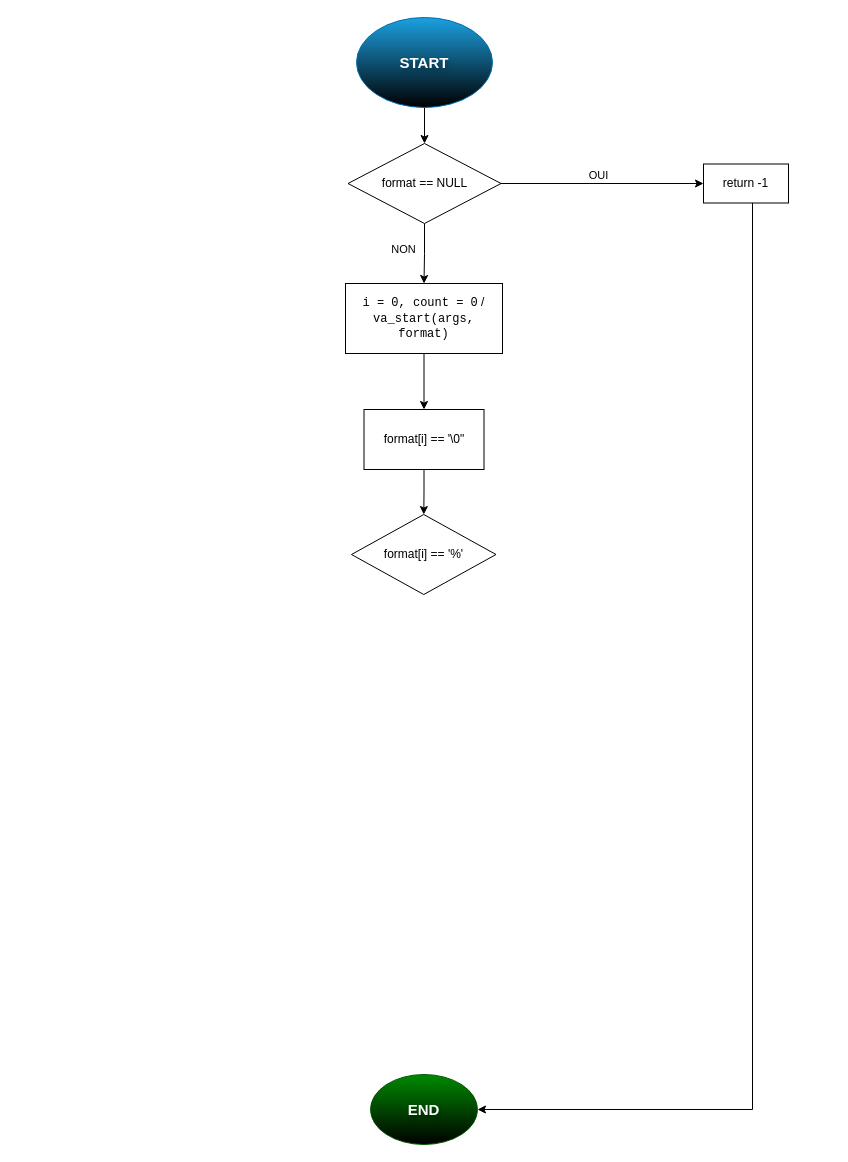
AdPatresSs/holbertonschool-printf keeps this draw.io diagram as 1st_Flowcharts.drawio. Above is the earlier version. Source tidied: cells renumbered, new cells numbered last; positions are measured from the earlier drawing's top-left corner, leaving out a move shared by most shapes. Both pictures are drawn from the tidied source at 100%, with x=0, y=0 at pixel (345, 17).
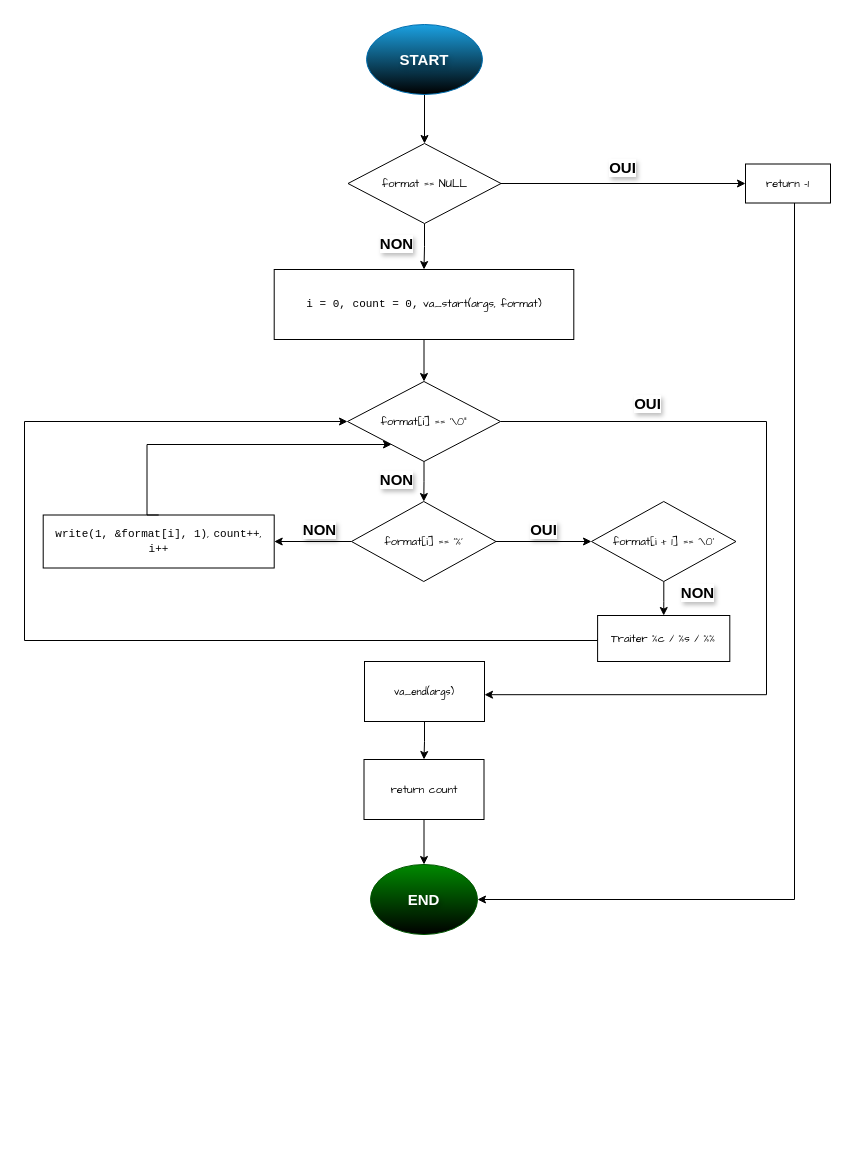
Above is the later version.

Commit message:
Mettre à jour 1st_Flowcharts.drawio

Diff of the diagram source:
```diff
@@
-    <mxCell id="2" style="edgeStyle=orthogonalEdgeStyle;rounded=0;jettySize=auto;html=1;defaultLabelBackgroundColor=page;labelPadding=0 4;" parent="1" edge="1" source="3" target="8">
+    <mxCell id="2" style="edgeStyle=orthogonalEdgeStyle;rounded=0;jettySize=auto;html=1;defaultLabelBackgroundColor=page;labelPadding=0 4;fontSize=15;" parent="1" edge="1" source="3" target="8">
       <mxGeometry relative="1" as="geometry" />
     </mxCell>
     <mxCell id="3" value="START" style="ellipse;whiteSpace=wrap;html=1;shapeInside=1;labelBorderColor=none;textShadow=1;fontStyle=1;fontSize=15;fillColor=#1ba1e2;fontColor=#ffffff;strokeColor=#006EAF;gradientColor=default;" parent="1" vertex="1">
-      <mxGeometry x="11" width="136" height="90" as="geometry" />
+      <mxGeometry x="21" y="7" width="116" height="70" as="geometry" />
     </mxCell>
-    <mxCell id="4" style="edgeStyle=orthogonalEdgeStyle;rounded=0;jettySize=auto;html=1;defaultLabelBackgroundColor=page;labelPadding=0 4;verticalAlign=top;" parent="1" edge="1" source="8" target="10">
+    <mxCell id="4" style="edgeStyle=orthogonalEdgeStyle;rounded=0;jettySize=auto;html=1;defaultLabelBackgroundColor=page;labelPadding=0 4;verticalAlign=top;fontSize=15;" parent="1" edge="1" source="8" target="10">
       <mxGeometry relative="1" as="geometry" />
     </mxCell>
-    <mxCell id="5" value="OUI" style="edgeLabel;html=1;align=center;verticalAlign=bottom;inheritText=1;defaultLabelBackgroundColor=page;labelPadding=0 4;" parent="4" vertex="1">
+    <mxCell id="5" value="OUI" style="edgeLabel;html=1;align=center;verticalAlign=bottom;inheritText=fontFamily,textOpacity,labelBorderColor,labelBorderWidth,labelBackgroundColor,defaultLabelBackgroundColor,labelPadding;defaultLabelBackgroundColor=page;labelPadding=0 4;fontColor=light-dark(#000000,#FF0000);textShadow=1;fontStyle=1;fontSize=15;" parent="4" vertex="1">
       <mxGeometry x="0.12" y="1" relative="1" as="geometry">
-        <mxPoint x="-16" y="1" as="offset" />
+        <mxPoint x="-16" y="-4" as="offset" />
       </mxGeometry>
     </mxCell>
-    <mxCell id="6" style="edgeStyle=orthogonalEdgeStyle;rounded=0;jettySize=auto;html=1;defaultLabelBackgroundColor=page;labelPadding=0 4;verticalAlign=middle;align=right;" parent="1" edge="1" source="8" target="13">
+    <mxCell id="6" style="edgeStyle=orthogonalEdgeStyle;rounded=0;jettySize=auto;html=1;defaultLabelBackgroundColor=page;labelPadding=0 4;verticalAlign=middle;align=right;fontSize=15;" parent="1" edge="1" source="8" target="13">
       <mxGeometry relative="1" as="geometry" />
     </mxCell>
-    <mxCell id="7" value="NON" style="edgeLabel;html=1;align=center;verticalAlign=middle;inheritText=1;defaultLabelBackgroundColor=page;labelPadding=0 4;" parent="6" vertex="1">
+    <mxCell id="7" value="NON" style="edgeLabel;html=1;align=center;verticalAlign=middle;inheritText=fontFamily,textOpacity,labelBorderColor,labelBorderWidth,labelBackgroundColor,defaultLabelBackgroundColor,labelPadding;defaultLabelBackgroundColor=page;labelPadding=0 4;fontSize=15;fontColor=light-dark(#000000,#00FF00);textShadow=1;fontStyle=1;" parent="6" vertex="1">
       <mxGeometry x="-0.1" y="1" relative="1" as="geometry">
-        <mxPoint x="-23" y="-2" as="offset" />
+        <mxPoint x="-30" y="-2" as="offset" />
       </mxGeometry>
     </mxCell>
-    <mxCell id="8" value="format == NULL" style="rhombus;whiteSpace=wrap;html=1;shapeInside=1;" parent="1" vertex="1">
+    <mxCell id="8" value="format == NULL" style="rhombus;whiteSpace=wrap;html=1;shapeInside=1;fontSize=11;fontFamily=Comic Sans MS;" parent="1" vertex="1">
       <mxGeometry x="2.5" y="126" width="153" height="80" as="geometry" />
     </mxCell>
-    <mxCell id="9" style="edgeStyle=orthogonalEdgeStyle;rounded=0;jettySize=auto;html=1;defaultLabelBackgroundColor=page;labelPadding=0 4;" parent="1" edge="1" source="10" target="11">
+    <mxCell id="9" style="edgeStyle=orthogonalEdgeStyle;rounded=0;jettySize=auto;html=1;defaultLabelBackgroundColor=page;labelPadding=0 4;fontSize=15;" parent="1" edge="1" source="10" target="11">
       <mxGeometry x="0.02" relative="1" as="geometry">
         <Array as="points">
-          <mxPoint x="407" y="1092" />
+          <mxPoint x="449" y="882" />
         </Array>
       </mxGeometry>
     </mxCell>
-    <mxCell id="10" value="return -1" style="whiteSpace=wrap;html=1;" parent="1" vertex="1">
-      <mxGeometry x="358" y="146.5" width="85" height="39" as="geometry" />
+    <mxCell id="10" value="return -1" style="whiteSpace=wrap;html=1;fontSize=11;fontFamily=Comic Sans MS;" parent="1" vertex="1">
+      <mxGeometry x="400" y="146.5" width="85" height="39" as="geometry" />
     </mxCell>
     <mxCell id="11" value="END" style="ellipse;whiteSpace=wrap;html=1;shapeInside=1;fillColor=#008a00;fontColor=#ffffff;strokeColor=#005700;gradientColor=default;fontSize=15;fontStyle=1;textShadow=1;" parent="1" vertex="1">
-      <mxGeometry x="25" y="1057" width="107" height="70" as="geometry" />
+      <mxGeometry x="25" y="847" width="107" height="70" as="geometry" />
     </mxCell>
-    <mxCell id="12" style="edgeStyle=orthogonalEdgeStyle;rounded=0;jettySize=auto;html=1;defaultLabelBackgroundColor=page;labelPadding=0 4;" parent="1" edge="1" source="13" target="15">
+    <mxCell id="12" style="edgeStyle=orthogonalEdgeStyle;rounded=0;jettySize=auto;html=1;defaultLabelBackgroundColor=page;labelPadding=0 4;fontSize=15;" parent="1" edge="1" source="13" target="15">
       <mxGeometry relative="1" as="geometry" />
     </mxCell>
-    <mxCell id="13" value="&lt;font face=&quot;Helvetica&quot;&gt;&lt;code&gt;i = 0, count = 0&lt;/code&gt; / &lt;code&gt;va_start(args, format)&lt;/code&gt;&lt;/font&gt;" style="whiteSpace=wrap;html=1;" parent="1" vertex="1">
-      <mxGeometry y="266" width="157" height="70" as="geometry" />
+    <mxCell id="13" value="&lt;font&gt;&lt;code&gt;i = 0, count = 0,&lt;/code&gt;&amp;nbsp;&lt;/font&gt;&lt;span style=&quot;background-color: transparent; color: light-dark(#000000, var(--ge-light-color, #ffffff));&quot;&gt;va_start(args, format)&lt;/span&gt;" style="whiteSpace=wrap;html=1;fontSize=11;fontFamily=Comic Sans MS;" parent="1" vertex="1">
+      <mxGeometry x="-71.3" y="252" width="299.6" height="70" as="geometry" />
     </mxCell>
+    <mxCell id="17" style="edgeStyle=orthogonalEdgeStyle;rounded=0;jettySize=auto;html=1;defaultLabelBackgroundColor=page;labelPadding=0 4;" parent="1" edge="1" source="16" target="29">
+      <mxGeometry relative="1" as="geometry" />
+    </mxCell>
+    <mxCell id="18" style="edgeStyle=orthogonalEdgeStyle;rounded=0;jettySize=auto;html=1;defaultLabelBackgroundColor=page;labelPadding=0 4;" parent="1" edge="1" source="16" target="32">
+      <mxGeometry relative="1" as="geometry" />
+    </mxCell>
+    <mxCell id="16" value="format[i] == '%'" style="rhombus;whiteSpace=wrap;html=1;shapeInside=1;fontSize=11;fontFamily=Comic Sans MS;" parent="1" vertex="1">
+      <mxGeometry x="6" y="484" width="144.5" height="80" as="geometry" />
+    </mxCell>
-    <mxCell id="14" style="edgeStyle=orthogonalEdgeStyle;rounded=0;jettySize=auto;html=1;defaultLabelBackgroundColor=page;labelPadding=0 4;" parent="1" edge="1" source="15" target="16">
+    <mxCell id="14" style="edgeStyle=orthogonalEdgeStyle;rounded=0;jettySize=auto;html=1;defaultLabelBackgroundColor=page;labelPadding=0 4;fontSize=15;" parent="1" edge="1" source="15" target="16">
       <mxGeometry relative="1" as="geometry" />
     </mxCell>
+    <mxCell id="19" value="NON" style="edgeLabel;html=1;align=center;verticalAlign=middle;inheritText=fontFamily,fontSize,textOpacity,labelBorderColor,labelBorderWidth,labelBackgroundColor,defaultLabelBackgroundColor,labelPadding;fontSize=15;defaultLabelBackgroundColor=page;labelPadding=0 4;textShadow=1;fontColor=light-dark(#000000,#FF3333);fontStyle=1;" parent="14" vertex="1">
+      <mxGeometry x="-0.21" y="-2" relative="1" as="geometry">
+        <mxPoint x="-26" y="1" as="offset" />
+      </mxGeometry>
+    </mxCell>
+    <mxCell id="20" value="NON" style="edgeLabel;html=1;align=center;verticalAlign=middle;inheritText=fontFamily,fontSize,textOpacity,labelBorderColor,labelBorderWidth,labelBackgroundColor,defaultLabelBackgroundColor,labelPadding;textShadow=1;fontColor=light-dark(#000000,#FF3333);fontStyle=1;fontSize=15;defaultLabelBackgroundColor=page;labelPadding=0 4;" parent="14" vertex="1">
+      <mxGeometry x="-0.21" y="-2" relative="1" as="geometry">
+        <mxPoint x="-103" y="51" as="offset" />
+      </mxGeometry>
+    </mxCell>
+    <mxCell id="21" value="NON" style="edgeLabel;html=1;align=center;verticalAlign=middle;inheritText=fontFamily,fontSize,textOpacity,labelBorderColor,labelBorderWidth,labelBackgroundColor,defaultLabelBackgroundColor,labelPadding;textShadow=1;fontColor=light-dark(#000000,#FF3333);fontStyle=1;fontSize=15;defaultLabelBackgroundColor=page;labelPadding=0 4;" parent="14" vertex="1">
+      <mxGeometry x="-0.21" y="-2" relative="1" as="geometry">
+        <mxPoint x="275" y="114" as="offset" />
+      </mxGeometry>
+    </mxCell>
+    <mxCell id="22" style="edgeStyle=orthogonalEdgeStyle;rounded=0;jettySize=auto;html=1;defaultLabelBackgroundColor=page;labelPadding=0 4;fontSize=15;exitX=1;exitY=0.5;exitDx=0;exitDy=0;" parent="1" edge="1" source="15" target="26">
+      <mxGeometry x="-0.25" relative="1" as="geometry">
+        <Array as="points">
+          <mxPoint x="421" y="404" />
+          <mxPoint x="421" y="677.2" />
+        </Array>
+      </mxGeometry>
+    </mxCell>
+    <mxCell id="23" value="OUI" style="edgeLabel;html=1;align=center;verticalAlign=middle;inheritText=fontFamily,textOpacity,labelBorderColor,labelBorderWidth,labelBackgroundColor,defaultLabelBackgroundColor,labelPadding;fontSize=15;fontStyle=1;textShadow=1;fontColor=light-dark(#000000,#00FF00);defaultLabelBackgroundColor=page;labelPadding=0 4;" parent="22" vertex="1">
+      <mxGeometry x="-0.27" y="1" relative="1" as="geometry">
+        <mxPoint x="-121" y="-53" as="offset" />
+      </mxGeometry>
+    </mxCell>
+    <mxCell id="24" value="OUI" style="edgeLabel;html=1;align=center;verticalAlign=middle;inheritText=fontFamily,textOpacity,labelBorderColor,labelBorderWidth,labelBackgroundColor,defaultLabelBackgroundColor,labelPadding;fontSize=15;fontStyle=1;textShadow=1;fontColor=light-dark(#000000,#00FF00);defaultLabelBackgroundColor=page;labelPadding=0 4;" parent="22" vertex="1">
+      <mxGeometry x="-0.27" y="1" relative="1" as="geometry">
+        <mxPoint x="-225" y="73" as="offset" />
+      </mxGeometry>
+    </mxCell>
-    <mxCell id="15" value="format[i] == '\0&quot;" style="whiteSpace=wrap;html=1;" parent="1" vertex="1">
-      <mxGeometry x="18.5" y="392" width="120" height="60" as="geometry" />
+    <mxCell id="15" value="format[i] == '\0&quot;" style="rhombus;whiteSpace=wrap;html=1;shapeInside=1;fontSize=11;fontFamily=Comic Sans MS;" parent="1" vertex="1">
+      <mxGeometry x="2" y="364" width="153" height="80" as="geometry" />
     </mxCell>
-    <mxCell id="16" value="format[i] == '%'" style="rhombus;whiteSpace=wrap;html=1;shapeInside=1;" parent="1" vertex="1">
-      <mxGeometry x="6" y="497" width="144.5" height="80" as="geometry" />
-    </mxCell>
+    <mxCell id="25" style="edgeStyle=orthogonalEdgeStyle;rounded=0;jettySize=auto;html=1;defaultLabelBackgroundColor=page;labelPadding=0 4;fontSize=15;" parent="1" edge="1" source="26" target="28">
+      <mxGeometry relative="1" as="geometry" />
+    </mxCell>
+    <mxCell id="26" value="&lt;font size=&quot;1&quot;&gt;va_end(args)&lt;/font&gt;" style="rounded=0;whiteSpace=wrap;html=1;fontSize=11;fontFamily=Comic Sans MS;" parent="1" vertex="1">
+      <mxGeometry x="19" y="644" width="120" height="60" as="geometry" />
+    </mxCell>
+    <mxCell id="27" style="edgeStyle=orthogonalEdgeStyle;rounded=0;jettySize=auto;html=1;defaultLabelBackgroundColor=page;labelPadding=0 4;fontSize=15;" parent="1" edge="1" source="28" target="11">
+      <mxGeometry relative="1" as="geometry" />
+    </mxCell>
+    <mxCell id="28" value="return count" style="rounded=0;whiteSpace=wrap;html=1;fontSize=11;fontFamily=Comic Sans MS;" parent="1" vertex="1">
+      <mxGeometry x="18.5" y="742" width="120" height="60" as="geometry" />
+    </mxCell>
+    <mxCell id="29" value="&lt;font&gt;&lt;code style=&quot;&quot;&gt;write(1, &amp;amp;format[i], 1)&lt;/code&gt;, &lt;code style=&quot;&quot;&gt;count++&lt;/code&gt;, &lt;code style=&quot;&quot;&gt;i++&lt;/code&gt;&lt;/font&gt;" style="rounded=0;whiteSpace=wrap;html=1;fontSize=11;fontFamily=Comic Sans MS;" parent="1" vertex="1">
+      <mxGeometry x="-302.3" y="497.5" width="231" height="53" as="geometry" />
+    </mxCell>
+    <mxCell id="30" style="edgeStyle=orthogonalEdgeStyle;rounded=0;jettySize=auto;html=1;exitX=0.5;exitY=0;exitDx=0;exitDy=0;defaultLabelBackgroundColor=page;labelPadding=0 4;" parent="1" edge="1" source="29" target="15">
+      <mxGeometry x="-0.07" relative="1" as="geometry">
+        <Array as="points">
+          <mxPoint x="-198.5" y="427" />
+        </Array>
+      </mxGeometry>
+    </mxCell>
+    <mxCell id="31" style="edgeStyle=orthogonalEdgeStyle;rounded=0;jettySize=auto;html=1;defaultLabelBackgroundColor=page;labelPadding=0 4;" parent="1" edge="1" source="32" target="34">
+      <mxGeometry relative="1" as="geometry" />
+    </mxCell>
+    <mxCell id="32" value="format[i + 1] == '\0'" style="rhombus;whiteSpace=wrap;html=1;shapeInside=1;fontSize=11;fontFamily=Comic Sans MS;" parent="1" vertex="1">
+      <mxGeometry x="246" y="484" width="144.5" height="80" as="geometry" />
+    </mxCell>
+    <mxCell id="33" style="edgeStyle=orthogonalEdgeStyle;rounded=0;jettySize=auto;html=1;exitX=0;exitY=0.5;exitDx=0;exitDy=0;defaultLabelBackgroundColor=page;labelPadding=0 4;" parent="1" edge="1" source="34" target="15">
+      <mxGeometry x="-0.79" relative="1" as="geometry">
+        <Array as="points">
+          <mxPoint x="252.1" y="623" />
+          <mxPoint x="-321" y="623" />
+          <mxPoint x="-321" y="404" />
+        </Array>
+      </mxGeometry>
+    </mxCell>
+    <mxCell id="34" value="Traiter %c / %s / %%" style="whiteSpace=wrap;html=1;fontSize=11;fontFamily=Comic Sans MS;" parent="1" vertex="1">
+      <mxGeometry x="252.1" y="598" width="132.2" height="46" as="geometry" />
+    </mxCell>
```
